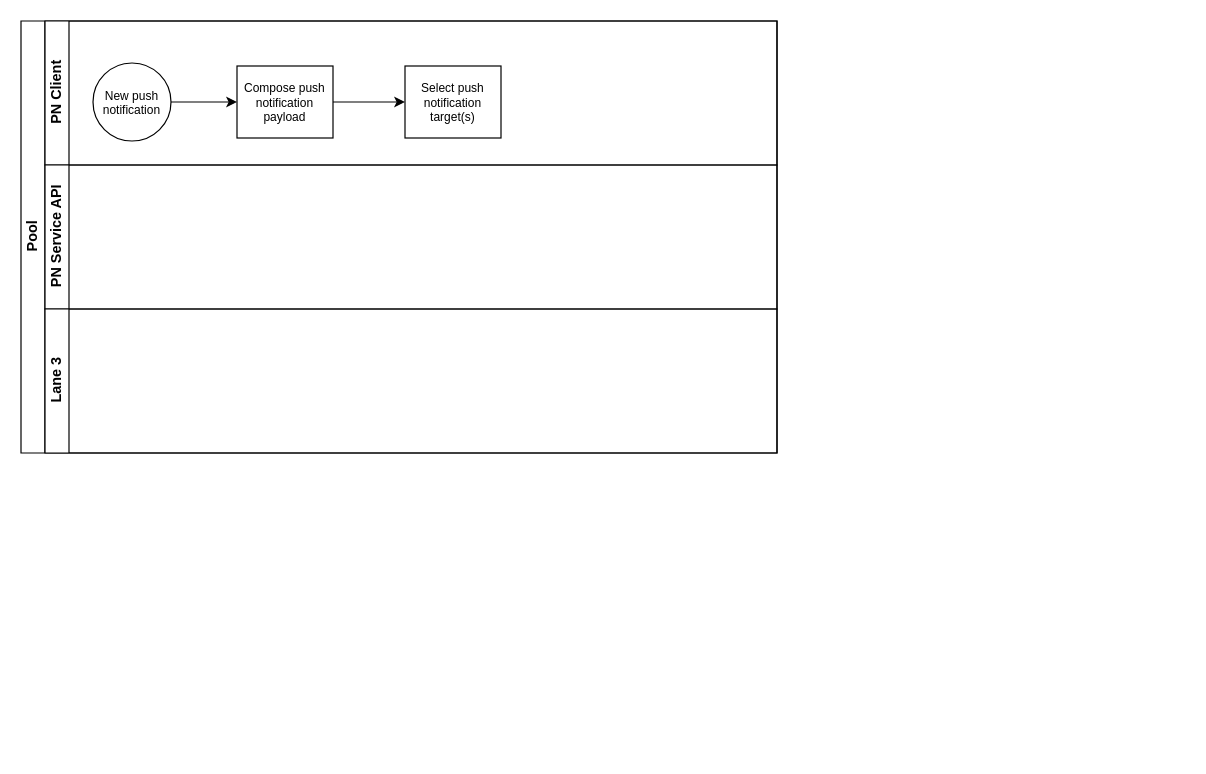
Above: chh-push-notification-swimlane.drawio in anon-legion/chh-push-notification (draw.io), before the change. Source tidied: cells renumbered, new cells numbered last; positions are measured from the earlier drawing's top-left corner, leaving out a move shared by most shapes. Both pictures are drawn from the tidied source at 120%, with x=0, y=0 at pixel (20, 20).
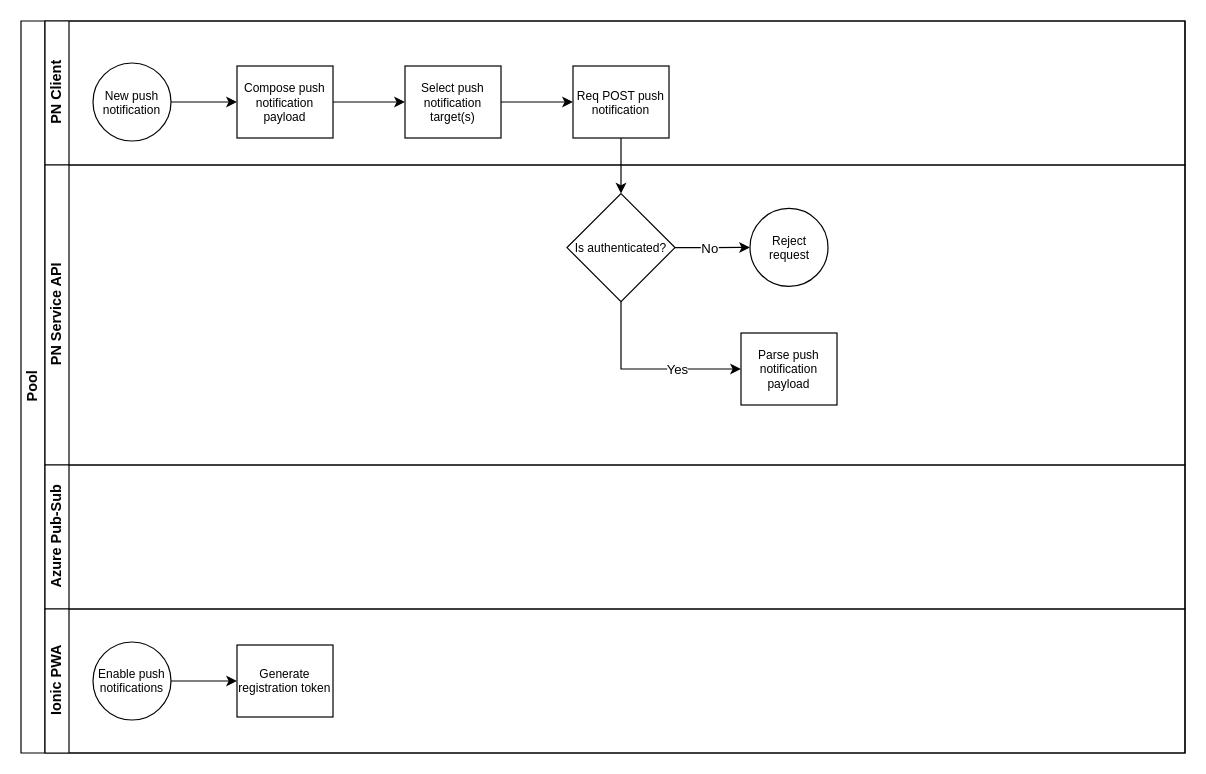
The same page after the edit.

Commit message:
Update chh-push-notification-swimlane.drawio with Ionic PWA swim lane

The change refers to these unchanged cells:
```xml
<mxCell id="8" value="Select push notification target(s)" style="rounded=0;whiteSpace=wrap;html=1;fontFamily=Helvetica;fontSize=10;fontColor=#000000;align=center;" parent="3" vertex="1">
  <mxGeometry x="300" y="37.5" width="80" height="60" as="geometry" />
</mxCell>
```

What changed in the source:
```diff
@@
     <mxCell id="2" value="Pool" style="swimlane;html=1;horizontal=0;startSize=20;" parent="1" vertex="1">
-      <mxGeometry width="630" height="360" as="geometry" />
+      <mxGeometry width="970" height="610" as="geometry" />
     </mxCell>
     <mxCell id="3" value="&lt;div&gt;PN Client&lt;/div&gt;" style="swimlane;html=1;startSize=20;horizontal=0;" parent="2" vertex="1">
-      <mxGeometry x="20" width="610" height="120" as="geometry" />
+      <mxGeometry x="20" width="950" height="120" as="geometry" />
     </mxCell>
@@
+    <mxCell id="11" style="edgeStyle=orthogonalEdgeStyle;rounded=0;jettySize=auto;html=1;" parent="3" edge="1" source="8" target="12">
+      <mxGeometry relative="1" as="geometry" />
+    </mxCell>
@@
+    <mxCell id="12" value="Req POST push notification" style="rounded=0;whiteSpace=wrap;html=1;fontFamily=Helvetica;fontSize=10;fontColor=#000000;align=center;" parent="3" vertex="1">
+      <mxGeometry x="440" y="37.5" width="80" height="60" as="geometry" />
+    </mxCell>
     <mxCell id="9" value="&lt;div&gt;PN Service API&lt;br&gt;&lt;/div&gt;" style="swimlane;html=1;startSize=20;horizontal=0;" parent="2" vertex="1">
-      <mxGeometry x="20" y="120" width="610" height="120" as="geometry" />
+      <mxGeometry x="20" y="120" width="950" height="250" as="geometry" />
     </mxCell>
+    <mxCell id="13" style="edgeStyle=orthogonalEdgeStyle;rounded=0;jettySize=auto;html=1;" parent="9" edge="1" source="17" target="18">
+      <mxGeometry relative="1" as="geometry" />
+    </mxCell>
+    <mxCell id="14" value="No" style="edgeLabel;html=1;align=center;verticalAlign=middle;" parent="13" vertex="1">
+      <mxGeometry x="-0.09" y="-1" relative="1" as="geometry" />
+    </mxCell>
+    <mxCell id="15" style="edgeStyle=orthogonalEdgeStyle;rounded=0;jettySize=auto;html=1;exitX=0.5;exitY=1;exitDx=0;exitDy=0;entryX=0;entryY=0.5;entryDx=0;entryDy=0;" parent="9" edge="1" source="17" target="19">
+      <mxGeometry relative="1" as="geometry" />
+    </mxCell>
+    <mxCell id="16" value="Yes" style="edgeLabel;html=1;align=center;verticalAlign=middle;" parent="15" vertex="1">
+      <mxGeometry x="0.32" relative="1" as="geometry" />
+    </mxCell>
+    <mxCell id="17" value="Is authenticated?" style="rhombus;whiteSpace=wrap;html=1;fontSize=10;fontColor=#000000;rounded=0;rotation=0;" parent="9" vertex="1">
+      <mxGeometry x="435" y="23.8" width="90" height="90" as="geometry" />
+    </mxCell>
+    <mxCell id="18" value="Reject request" style="ellipse;whiteSpace=wrap;html=1;fontSize=10;rotation=0;" parent="9" vertex="1">
+      <mxGeometry x="587.5" y="36.2" width="65" height="65" as="geometry" />
+    </mxCell>
+    <mxCell id="19" value="Parse push notification payload" style="rounded=0;whiteSpace=wrap;html=1;fontFamily=Helvetica;fontSize=10;fontColor=#000000;align=center;" parent="9" vertex="1">
+      <mxGeometry x="580" y="140" width="80" height="60" as="geometry" />
+    </mxCell>
+    <mxCell id="20" style="edgeStyle=orthogonalEdgeStyle;rounded=0;jettySize=auto;html=1;" parent="2" edge="1" source="12" target="17">
+      <mxGeometry relative="1" as="geometry" />
+    </mxCell>
-    <mxCell id="10" value="Lane 3" style="swimlane;html=1;startSize=20;horizontal=0;" parent="2" vertex="1">
-      <mxGeometry x="20" y="240" width="610" height="120" as="geometry" />
+    <mxCell id="10" value="&lt;div&gt;Azure Pub-Sub&lt;/div&gt;" style="swimlane;html=1;startSize=20;horizontal=0;" parent="2" vertex="1">
+      <mxGeometry x="20" y="370" width="950" height="120" as="geometry" />
     </mxCell>
+    <mxCell id="21" value="&lt;div&gt;Ionic PWA&lt;/div&gt;" style="swimlane;html=1;startSize=20;horizontal=0;" parent="2" vertex="1">
+      <mxGeometry x="20" y="490" width="950" height="120" as="geometry" />
+    </mxCell>
+    <mxCell id="22" style="edgeStyle=orthogonalEdgeStyle;rounded=0;jettySize=auto;html=1;exitX=1;exitY=0.5;exitDx=0;exitDy=0;" parent="21" edge="1" source="23" target="24">
+      <mxGeometry relative="1" as="geometry" />
+    </mxCell>
+    <mxCell id="23" value="Enable push notifications" style="ellipse;whiteSpace=wrap;html=1;fontSize=10;rotation=0;" parent="21" vertex="1">
+      <mxGeometry x="40" y="27.5" width="65" height="65" as="geometry" />
+    </mxCell>
+    <mxCell id="24" value="Generate registration token" style="rounded=0;whiteSpace=wrap;html=1;fontFamily=Helvetica;fontSize=10;fontColor=#000000;align=center;" parent="21" vertex="1">
+      <mxGeometry x="160" y="30" width="80" height="60" as="geometry" />
+    </mxCell>
```
